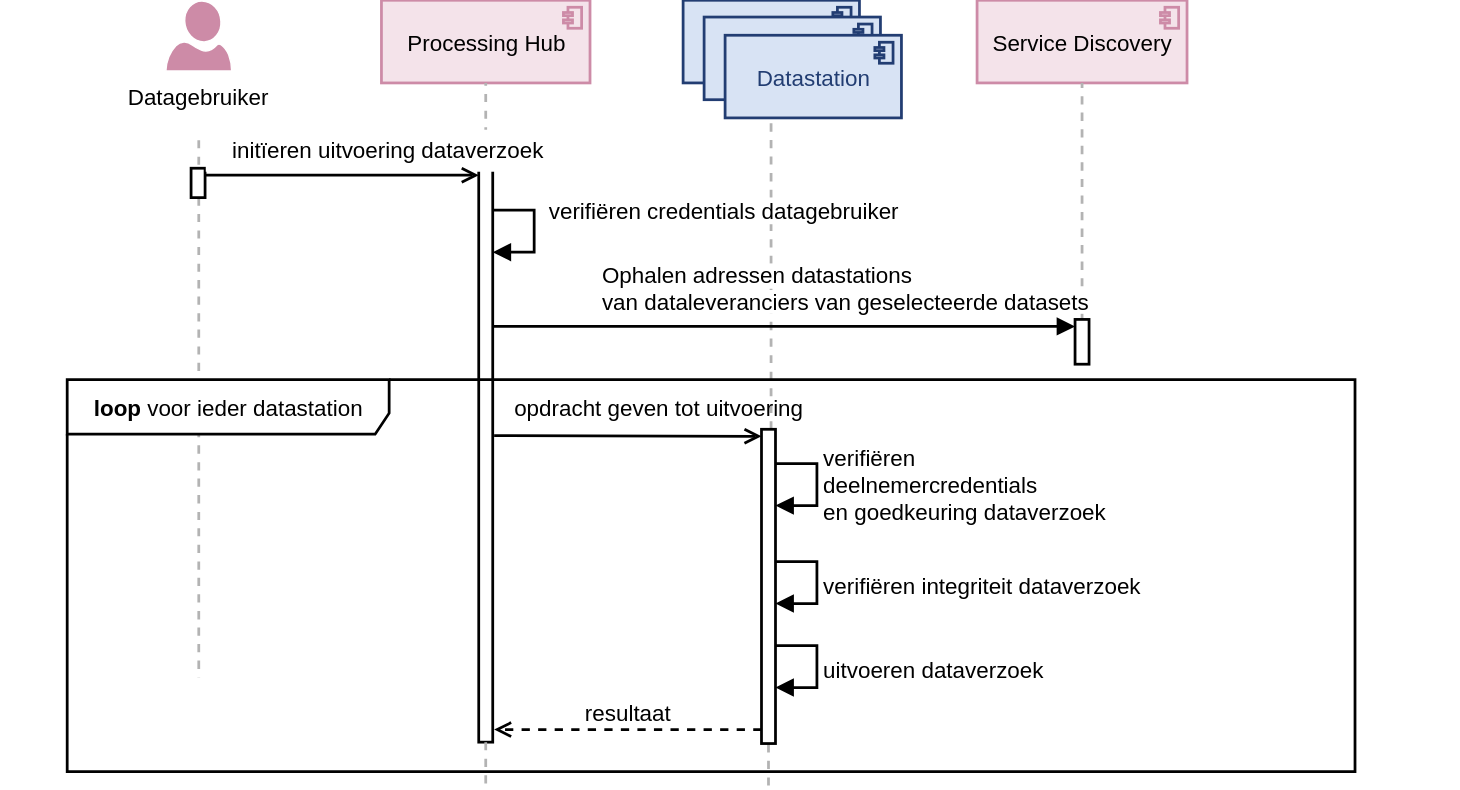
Earlier version of the draw.io export docs/applicatie/laag-3/datastation-dataverzoek.drawio.svg (Health-RI/data-station-specification). Source tidied: cells renumbered, new cells last; positions are measured from the earlier drawing's top-left corner, leaving out a move shared by most shapes.
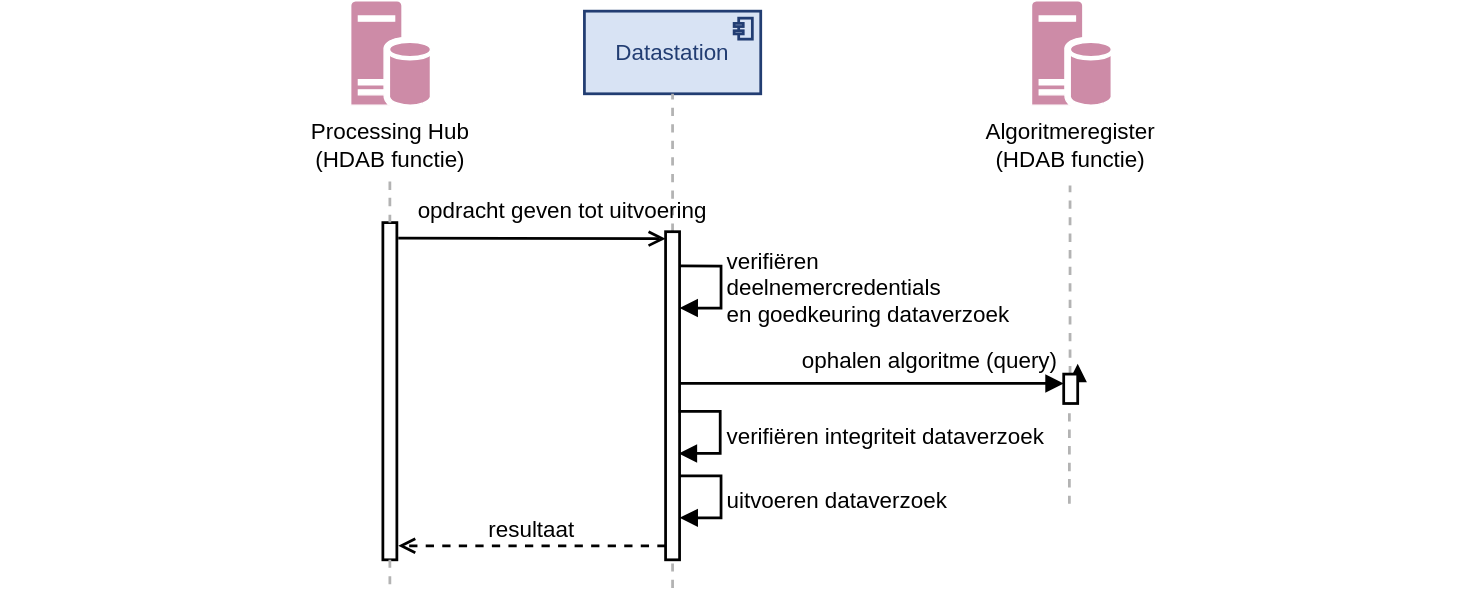
Above is the later version.

Change to the diagram source:
```diff
@@ -2,145 +2,123 @@
   <root>
     <mxCell id="0" />
     <mxCell id="1" parent="0" />
-    <mxCell id="2" value="Processing Hub" style="html=1;outlineConnect=0;whiteSpace=wrap;fillColor=light-dark(#F4E3EA,#F4E3EA);shape=mxgraph.archimate3.application;appType=comp;archiType=square;fontSize=16;strokeWidth=1.9685;strokeColor=#CD8BA7;fontStyle=0;verticalAlign=middle;" parent="1" vertex="1">
-      <mxGeometry x="272.5" width="149" height="59.1" as="geometry" />
-    </mxCell>
     <mxCell id="3" style="rounded=0;whiteSpace=wrap;html=1;fillColor=none;strokeColor=none;" parent="1" vertex="1">
-      <mxGeometry y="330.1" width="1042.8" height="60" as="geometry" />
+      <mxGeometry x="-19" y="300" width="1042.8" height="60" as="geometry" />
     </mxCell>
     <mxCell id="4" value="Datastation" style="html=1;outlineConnect=0;whiteSpace=wrap;fillColor=light-dark(#D8E3F4,#D8E3F4);shape=mxgraph.archimate3.application;appType=comp;archiType=square;fontSize=16;strokeWidth=1.9685;strokeColor=#223D72;fontColor=#223D72;fontStyle=0;verticalAlign=middle;spacingBottom=0;" parent="1" vertex="1">
-      <mxGeometry x="488" width="126" height="59.1" as="geometry" />
+      <mxGeometry x="398.5" y="68" width="126" height="59.1" as="geometry" />
     </mxCell>
     <mxCell id="5" style="html=1;points=[[0,0,0,0,5],[0,1,0,0,-5],[1,0,0,0,5],[1,1,0,0,-5]];perimeter=orthogonalPerimeter;outlineConnect=0;targetShapes=umlLifeline;portConstraint=eastwest;newEdgeStyle={&quot;curved&quot;:0,&quot;rounded&quot;:0};strokeWidth=1.9685;" parent="1" vertex="1">
-      <mxGeometry x="342" y="120" width="10" height="410" as="geometry" />
+      <mxGeometry x="254.5" y="219.1" width="10" height="240.9" as="geometry" />
     </mxCell>
-    <mxCell id="6" style="endArrow=none;html=1;rounded=0;fontSize=12;startSize=8;endSize=8;curved=1;dashed=1;strokeWidth=1.9685;strokeColor=#B3B3B3;" parent="1" edge="1" source="23">
-      <mxGeometry relative="1" as="geometry">
-        <mxPoint x="142" y="484.1" as="targetPoint" />
-      </mxGeometry>
-    </mxCell>
-    <mxCell id="7" value="Datagebruiker" style="text;html=1;whiteSpace=wrap;strokeColor=none;fillColor=none;align=center;verticalAlign=middle;rounded=0;fontSize=16;fontFamily=Arial;" parent="1" vertex="1">
-      <mxGeometry x="65.9" y="54.1" width="151.1" height="30" as="geometry" />
-    </mxCell>
     <mxCell id="8" style="endArrow=none;html=1;rounded=0;fontSize=12;startSize=8;endSize=8;curved=1;dashed=1;strokeWidth=1.9685;strokeColor=#B3B3B3;" parent="1" edge="1" source="18" target="4">
       <mxGeometry relative="1" as="geometry" />
     </mxCell>
     <mxCell id="9" style="endArrow=none;html=1;rounded=0;fontSize=12;startSize=8;endSize=8;curved=1;dashed=1;strokeWidth=1.9685;strokeColor=#B3B3B3;" parent="1" edge="1" target="18">
       <mxGeometry relative="1" as="geometry">
-        <mxPoint x="549" y="404" as="sourcePoint" />
+        <mxPoint x="461.5" y="323.1" as="sourcePoint" />
       </mxGeometry>
     </mxCell>
     <mxCell id="10" style="html=1;verticalAlign=bottom;endArrow=open;curved=0;rounded=0;fontSize=16;startSize=8;endSize=8;strokeWidth=1.9685;entryX=0;entryY=0;entryDx=0;entryDy=5;entryPerimeter=0;endFill=0;" parent="1" edge="1" target="18">
       <mxGeometry relative="1" as="geometry">
-        <mxPoint x="353" y="311" as="sourcePoint" />
+        <mxPoint x="265.5" y="230.1" as="sourcePoint" />
       </mxGeometry>
     </mxCell>
     <mxCell id="11" value="opdracht geven tot uitvoering" style="text;html=1;whiteSpace=wrap;strokeColor=none;fillColor=none;align=center;verticalAlign=middle;rounded=0;fontSize=16;" parent="1" vertex="1">
-      <mxGeometry x="358" y="271" width="225" height="40" as="geometry" />
+      <mxGeometry x="270.5" y="190.1" width="225" height="40" as="geometry" />
     </mxCell>
-    <mxCell id="12" value="&lt;b&gt;loop&lt;/b&gt; voor ieder datastation" style="shape=umlFrame;whiteSpace=wrap;html=1;width=230;height=39;fontSize=16;strokeWidth=1.9685;" parent="1" vertex="1">
-      <mxGeometry x="48" y="271" width="920" height="280" as="geometry" />
-    </mxCell>
     <mxCell id="13" value="verifiëren&amp;nbsp;&lt;div&gt;deelnemercredentials&lt;/div&gt;&lt;div&gt;en goedkeuring dataverzoek&lt;/div&gt;" style="html=1;align=left;spacingLeft=2;endArrow=block;rounded=0;edgeStyle=orthogonalEdgeStyle;curved=0;rounded=0;fontSize=16;startSize=8;endSize=8;strokeWidth=1.9685;" parent="1" edge="1">
       <mxGeometry x="0.01" relative="1" as="geometry">
-        <mxPoint x="554" y="331" as="sourcePoint" />
-        <mxPoint x="554" y="361" as="targetPoint" />
+        <mxPoint x="466.5" y="250.1" as="sourcePoint" />
+        <mxPoint x="466.5" y="280.1" as="targetPoint" />
         <Array as="points">
-          <mxPoint x="583.6" y="331" />
-          <mxPoint x="583.6" y="361" />
+          <mxPoint x="496.1" y="250.1" />
+          <mxPoint x="496.1" y="280.1" />
         </Array>
       </mxGeometry>
     </mxCell>
     <mxCell id="14" style="endArrow=none;html=1;rounded=0;fontSize=12;startSize=8;endSize=8;curved=1;dashed=1;strokeWidth=1.9685;strokeColor=#B3B3B3;" parent="1" edge="1" source="5">
       <mxGeometry relative="1" as="geometry">
-        <mxPoint x="347" y="561" as="targetPoint" />
+        <mxPoint x="259.5" y="480.1" as="targetPoint" />
       </mxGeometry>
     </mxCell>
-    <mxCell id="15" style="sketch=0;shadow=0;dashed=0;html=1;strokeColor=#FFFFFF;labelPosition=center;verticalLabelPosition=bottom;verticalAlign=top;align=center;fillColor=#CD8BA7;shape=mxgraph.azure.user;fontFamily=Arial;" parent="1" vertex="1">
-      <mxGeometry x="118" width="47" height="50" as="geometry" />
-    </mxCell>
-    <mxCell id="16" style="endArrow=none;html=1;rounded=0;fontSize=12;startSize=8;endSize=8;curved=1;dashed=1;strokeWidth=1.9685;strokeColor=#B3B3B3;" parent="1" edge="1" source="5" target="2">
-      <mxGeometry relative="1" as="geometry" />
+    <mxCell id="16" style="endArrow=none;html=1;rounded=0;fontSize=12;startSize=8;endSize=8;curved=1;dashed=1;strokeWidth=1.9685;strokeColor=#B3B3B3;" parent="1" edge="1" source="5">
+      <mxGeometry relative="1" as="geometry">
+        <mxPoint x="259.5" y="149.1" as="targetPoint" />
+      </mxGeometry>
     </mxCell>
     <mxCell id="17" style="endArrow=none;html=1;rounded=0;fontSize=12;startSize=8;endSize=8;curved=1;dashed=1;strokeWidth=1.9685;strokeColor=#B3B3B3;" parent="1" edge="1" target="18">
       <mxGeometry relative="1" as="geometry">
-        <mxPoint x="549" y="561" as="sourcePoint" />
+        <mxPoint x="461.5" y="480.1" as="sourcePoint" />
       </mxGeometry>
     </mxCell>
     <mxCell id="18" style="html=1;points=[[0,0,0,0,5],[0,1,0,0,-5],[1,0,0,0,5],[1,1,0,0,-5]];perimeter=orthogonalPerimeter;outlineConnect=0;targetShapes=umlLifeline;portConstraint=eastwest;newEdgeStyle={&quot;curved&quot;:0,&quot;rounded&quot;:0};strokeWidth=1.9685;" parent="1" vertex="1">
-      <mxGeometry x="544" y="306.5" width="10" height="224.5" as="geometry" />
+      <mxGeometry x="456.5" y="225.6" width="10" height="234.4" as="geometry" />
     </mxCell>
     <mxCell id="19" value="verifiëren integriteit dataverzoek" style="html=1;align=left;spacingLeft=2;endArrow=block;rounded=0;edgeStyle=orthogonalEdgeStyle;curved=0;rounded=0;fontSize=16;startSize=8;endSize=8;strokeWidth=1.9685;" parent="1" edge="1">
       <mxGeometry x="0.05" relative="1" as="geometry">
-        <mxPoint x="554" y="401" as="sourcePoint" />
-        <mxPoint x="554" y="431" as="targetPoint" />
+        <mxPoint x="465.9" y="354" as="sourcePoint" />
+        <mxPoint x="465.9" y="384" as="targetPoint" />
         <Array as="points">
-          <mxPoint x="583.6" y="401" />
-          <mxPoint x="583.6" y="431" />
+          <mxPoint x="495.5" y="354" />
+          <mxPoint x="495.5" y="384" />
         </Array>
       </mxGeometry>
     </mxCell>
     <mxCell id="20" value="uitvoeren dataverzoek" style="html=1;align=left;spacingLeft=2;endArrow=block;rounded=0;edgeStyle=orthogonalEdgeStyle;curved=0;rounded=0;fontSize=16;startSize=8;endSize=8;strokeWidth=1.9685;" parent="1" edge="1">
       <mxGeometry x="0.05" relative="1" as="geometry">
-        <mxPoint x="554" y="461" as="sourcePoint" />
-        <mxPoint x="554" y="491" as="targetPoint" />
+        <mxPoint x="466.5" y="400" as="sourcePoint" />
+        <mxPoint x="466.5" y="430" as="targetPoint" />
         <Array as="points">
-          <mxPoint x="583.6" y="461" />
-          <mxPoint x="583.6" y="491" />
+          <mxPoint x="496.1" y="400" />
+          <mxPoint x="496.1" y="430" />
         </Array>
       </mxGeometry>
     </mxCell>
-    <mxCell id="21" value="resultaat" style="html=1;verticalAlign=bottom;endArrow=open;dashed=1;endSize=8;curved=0;rounded=0;fontSize=16;strokeWidth=1.9685;" parent="1" edge="1" source="18">
+    <mxCell id="21" value="resultaat" style="html=1;verticalAlign=bottom;endArrow=open;dashed=1;endSize=8;curved=0;rounded=0;fontSize=16;strokeWidth=1.9685;" parent="1" edge="1">
       <mxGeometry relative="1" as="geometry">
-        <mxPoint x="353" y="521" as="targetPoint" />
+        <mxPoint x="456.5" y="450" as="sourcePoint" />
+        <mxPoint x="265.5" y="450" as="targetPoint" />
       </mxGeometry>
     </mxCell>
-    <mxCell id="22" style="endArrow=none;html=1;rounded=0;fontSize=12;startSize=8;endSize=8;curved=1;dashed=1;strokeWidth=1.9685;strokeColor=#B3B3B3;" parent="1" edge="1" target="23">
-      <mxGeometry relative="1" as="geometry">
-        <mxPoint x="142" y="100" as="sourcePoint" />
-      </mxGeometry>
-    </mxCell>
-    <mxCell id="23" style="html=1;points=[[0,0,0,0,5],[0,1,0,0,-5],[1,0,0,0,5],[1,1,0,0,-5]];perimeter=orthogonalPerimeter;outlineConnect=0;targetShapes=umlLifeline;portConstraint=eastwest;newEdgeStyle={&quot;curved&quot;:0,&quot;rounded&quot;:0};strokeWidth=1.9685;" parent="1" vertex="1">
-      <mxGeometry x="136.5" y="120" width="10" height="21" as="geometry" />
-    </mxCell>
-    <mxCell id="24" value="initïeren uitvoering dataverzoek" style="text;html=1;whiteSpace=wrap;strokeColor=none;fillColor=default;align=center;verticalAlign=middle;rounded=0;fontSize=16;" parent="1" vertex="1">
-      <mxGeometry x="146.5" y="92" width="260" height="30" as="geometry" />
-    </mxCell>
-    <mxCell id="25" style="html=1;verticalAlign=bottom;endArrow=open;curved=0;rounded=0;fontSize=16;startSize=8;endSize=8;strokeWidth=1.9685;endFill=0;exitX=1;exitY=0;exitDx=0;exitDy=5;exitPerimeter=0;entryX=0;entryY=0;entryDx=0;entryDy=5;entryPerimeter=0;" parent="1" edge="1" source="23" target="5">
-      <mxGeometry relative="1" as="geometry" />
-    </mxCell>
-    <mxCell id="26" value="Datastation" style="html=1;whiteSpace=wrap;fillColor=light-dark(#D8E3F4,#D8E3F4);shape=mxgraph.archimate3.application;appType=comp;archiType=square;fontSize=16;strokeWidth=1.9685;strokeColor=#223D72;fontColor=#223D72;fontStyle=0;verticalAlign=middle;spacingBottom=0;" parent="1" vertex="1">
-      <mxGeometry x="503" y="12" width="126" height="59.1" as="geometry" />
-    </mxCell>
-    <mxCell id="27" value="Datastation" style="html=1;whiteSpace=wrap;fillColor=light-dark(#D8E3F4,#D8E3F4);shape=mxgraph.archimate3.application;appType=comp;archiType=square;fontSize=16;strokeWidth=1.9685;strokeColor=#223D72;fontColor=#223D72;fontStyle=0;verticalAlign=middle;spacingBottom=0;" parent="1" vertex="1">
-      <mxGeometry x="518" y="25" width="126" height="59.1" as="geometry" />
-    </mxCell>
-    <mxCell id="28" value="verifiëren credentials datagebruiker" style="html=1;align=left;spacingLeft=2;endArrow=block;rounded=0;edgeStyle=orthogonalEdgeStyle;curved=0;rounded=0;fontSize=16;startSize=8;endSize=8;strokeWidth=1.9685;" parent="1" edge="1">
-      <mxGeometry x="-0.34" y="6" relative="1" as="geometry">
-        <mxPoint x="352" y="150" as="sourcePoint" />
-        <mxPoint x="352" y="180" as="targetPoint" />
-        <Array as="points">
-          <mxPoint x="381.6" y="150" />
-          <mxPoint x="381.6" y="180" />
-        </Array>
-      </mxGeometry>
-    </mxCell>
-    <mxCell id="29" value="Service Discovery" style="html=1;outlineConnect=0;whiteSpace=wrap;fillColor=light-dark(#F4E3EA,#F4E3EA);shape=mxgraph.archimate3.application;appType=comp;archiType=square;fontSize=16;strokeWidth=1.9685;strokeColor=#CD8BA7;fontStyle=0;verticalAlign=middle;" parent="1" vertex="1">
-      <mxGeometry x="698" width="150" height="59" as="geometry" />
-    </mxCell>
-    <mxCell id="30" style="endArrow=none;html=1;rounded=0;fontSize=12;startSize=8;endSize=8;curved=1;dashed=1;strokeWidth=1.9685;strokeColor=#B3B3B3;" parent="1" edge="1" source="31" target="29">
-      <mxGeometry relative="1" as="geometry" />
-    </mxCell>
-    <mxCell id="31" style="html=1;points=[[0,0,0,0,5],[0,1,0,0,-5],[1,0,0,0,5],[1,1,0,0,-5]];perimeter=orthogonalPerimeter;outlineConnect=0;targetShapes=umlLifeline;portConstraint=eastwest;newEdgeStyle={&quot;curved&quot;:0,&quot;rounded&quot;:0};strokeWidth=1.9685;" parent="1" vertex="1">
-      <mxGeometry x="768" y="228" width="10" height="32" as="geometry" />
-    </mxCell>
-    <mxCell id="32" style="html=1;verticalAlign=bottom;endArrow=block;curved=0;rounded=0;fontSize=16;startSize=8;endSize=8;strokeWidth=1.9685;entryX=0;entryY=0;entryDx=0;entryDy=5;entryPerimeter=0;" parent="1" edge="1" target="31">
-      <mxGeometry relative="1" as="geometry">
-        <mxPoint x="352" y="233" as="sourcePoint" />
-      </mxGeometry>
-    </mxCell>
-    <mxCell id="33" value="&lt;span style=&quot;color: rgb(0, 0, 0); font-family: Helvetica; font-size: 16px; font-style: normal; font-variant-ligatures: normal; font-variant-caps: normal; font-weight: 400; letter-spacing: normal; orphans: 2; text-align: left; text-indent: 0px; text-transform: none; widows: 2; word-spacing: 0px; -webkit-text-stroke-width: 0px; white-space: nowrap; background-color: rgb(255, 255, 255); text-decoration-thickness: initial; text-decoration-style: initial; text-decoration-color: initial; display: inline !important; float: none;&quot;&gt;Ophalen&amp;nbsp;&lt;/span&gt;&lt;span style=&quot;background-color: rgb(255, 255, 255); color: light-dark(rgb(0, 0, 0), rgb(255, 255, 255)); font-size: 16px; text-wrap-mode: nowrap;&quot;&gt;adressen datastations&amp;nbsp;&lt;/span&gt;&lt;div style=&quot;forced-color-adjust: none; color: rgb(0, 0, 0); font-family: Helvetica; font-size: 16px; font-style: normal; font-variant-ligatures: normal; font-variant-caps: normal; font-weight: 400; letter-spacing: normal; orphans: 2; text-align: left; text-indent: 0px; text-transform: none; widows: 2; word-spacing: 0px; -webkit-text-stroke-width: 0px; white-space: nowrap; text-decoration-thickness: initial; text-decoration-style: initial; text-decoration-color: initial;&quot;&gt;&lt;span style=&quot;forced-color-adjust: none; background-color: rgb(255, 255, 255); color: light-dark(rgb(0, 0, 0), rgb(255, 255, 255));&quot;&gt;van dataleveranciers van&amp;nbsp;&lt;/span&gt;&lt;span style=&quot;forced-color-adjust: none; background-color: rgb(255, 255, 255); color: light-dark(rgb(0, 0, 0), rgb(255, 255, 255));&quot;&gt;geselecteerde datasets&lt;/span&gt;&lt;/div&gt;" style="text;whiteSpace=wrap;html=1;" parent="1" vertex="1">
-      <mxGeometry x="428" y="180" width="370" height="50" as="geometry" />
-    </mxCell>
+    <mxCell id="34" style="sketch=0;shadow=0;dashed=0;html=1;strokeColor=#FFFFFF;labelPosition=center;verticalLabelPosition=bottom;verticalAlign=top;align=center;fillColor=light-dark(#CD8BA7,#CD8BA7);shape=mxgraph.mscae.enterprise.database_server;fontFamily=Arial;" parent="1" vertex="1">
+      <mxGeometry x="231" y="60" width="57" height="75" as="geometry" />
+    </mxCell>
+    <mxCell id="35" value="Processing Hub&lt;br&gt;&lt;div&gt;(&lt;span style=&quot;background-color: transparent; color: light-dark(rgb(0, 0, 0), rgb(255, 255, 255));&quot;&gt;HDAB&lt;/span&gt;&lt;span style=&quot;background-color: transparent; color: light-dark(rgb(0, 0, 0), rgb(255, 255, 255));&quot;&gt;&amp;nbsp;functie)&lt;/span&gt;&lt;/div&gt;" style="text;html=1;whiteSpace=wrap;strokeColor=none;fillColor=default;align=center;verticalAlign=middle;rounded=0;fontSize=16;fontFamily=Arial;" parent="1" vertex="1">
+      <mxGeometry x="158" y="142" width="202.9" height="42" as="geometry" />
+    </mxCell>
+    <mxCell id="36" style="endArrow=none;html=1;rounded=0;fontSize=12;startSize=8;endSize=8;curved=1;dashed=1;strokeWidth=1.9685;strokeColor=#B3B3B3;" parent="1" edge="1" source="42">
+      <mxGeometry relative="1" as="geometry">
+        <mxPoint x="745.5" y="192.5" as="targetPoint" />
+      </mxGeometry>
+    </mxCell>
+    <mxCell id="37" style="html=1;verticalAlign=bottom;endArrow=block;curved=0;rounded=0;fontSize=16;startSize=8;endSize=8;strokeWidth=1.9685;entryX=0;entryY=0;entryDx=0;entryDy=5;entryPerimeter=0;" parent="1" edge="1" source="42">
+      <mxGeometry relative="1" as="geometry">
+        <mxPoint x="750.9" y="320" as="targetPoint" />
+      </mxGeometry>
+    </mxCell>
+    <mxCell id="38" value="ophalen algoritme (query)" style="text;html=1;whiteSpace=wrap;strokeColor=none;fillColor=none;align=center;verticalAlign=middle;rounded=0;fontSize=16;" parent="1" vertex="1">
+      <mxGeometry x="549.4" y="307.3" width="191.5" height="20" as="geometry" />
+    </mxCell>
+    <mxCell id="39" style="sketch=0;shadow=0;dashed=0;html=1;strokeColor=#FFFFFF;labelPosition=center;verticalLabelPosition=bottom;verticalAlign=top;align=center;fillColor=light-dark(#CD8BA7,#CD8BA7);shape=mxgraph.mscae.enterprise.database_server;fontFamily=Arial;" parent="1" vertex="1">
+      <mxGeometry x="717.4" y="60" width="57" height="75" as="geometry" />
+    </mxCell>
+    <mxCell id="40" style="html=1;verticalAlign=bottom;endArrow=block;curved=0;rounded=0;fontSize=16;startSize=8;endSize=8;strokeWidth=1.9685;entryX=0;entryY=0;entryDx=0;entryDy=5;entryPerimeter=0;" parent="1" edge="1">
+      <mxGeometry relative="1" as="geometry">
+        <mxPoint x="466.5" y="334" as="sourcePoint" />
+        <mxPoint x="740.9" y="334" as="targetPoint" />
+      </mxGeometry>
+    </mxCell>
+    <mxCell id="41" style="endArrow=none;html=1;rounded=0;fontSize=12;startSize=8;endSize=8;curved=1;dashed=1;strokeWidth=1.9685;strokeColor=#B3B3B3;" parent="1" edge="1" target="42">
+      <mxGeometry relative="1" as="geometry">
+        <mxPoint x="745" y="420" as="sourcePoint" />
+      </mxGeometry>
+    </mxCell>
+    <mxCell id="42" style="html=1;points=[[0,0,0,0,5],[0,1,0,0,-5],[1,0,0,0,5],[1,1,0,0,-5]];perimeter=orthogonalPerimeter;outlineConnect=0;targetShapes=umlLifeline;portConstraint=eastwest;newEdgeStyle={&quot;curved&quot;:0,&quot;rounded&quot;:0};strokeWidth=1.9685;" parent="1" vertex="1">
+      <mxGeometry x="740.9" y="327.3" width="10" height="21" as="geometry" />
+    </mxCell>
+    <mxCell id="43" value="&lt;div&gt;Algoritmeregister&lt;/div&gt;&lt;div&gt;(&lt;span style=&quot;background-color: transparent; color: light-dark(rgb(0, 0, 0), rgb(255, 255, 255));&quot;&gt;HDAB&lt;/span&gt;&lt;span style=&quot;background-color: transparent; color: light-dark(rgb(0, 0, 0), rgb(255, 255, 255));&quot;&gt;&amp;nbsp;functie)&lt;/span&gt;&lt;/div&gt;" style="text;html=1;whiteSpace=wrap;strokeColor=none;fillColor=default;align=center;verticalAlign=middle;rounded=0;fontSize=16;fontFamily=Arial;" parent="1" vertex="1">
+      <mxGeometry x="644.5" y="142" width="202.9" height="42" as="geometry" />
+    </mxCell>
   </root>
 </mxGraphModel>
```
